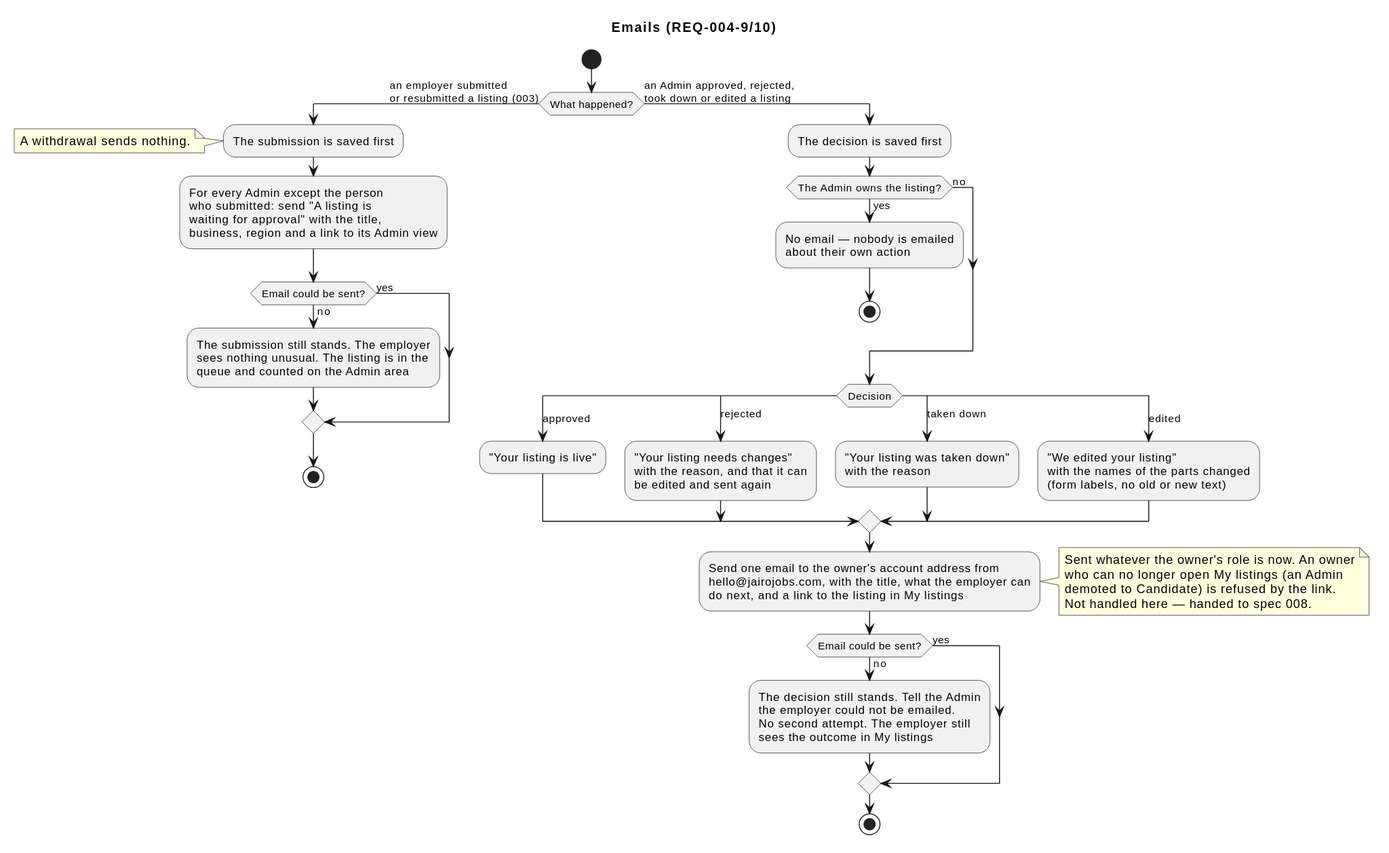
Earlier version of the PlantUML export docs/specs/004-listings-admin-moderation/diagrams/activity-emails.svg (raseniero/jairojobs-elixir).
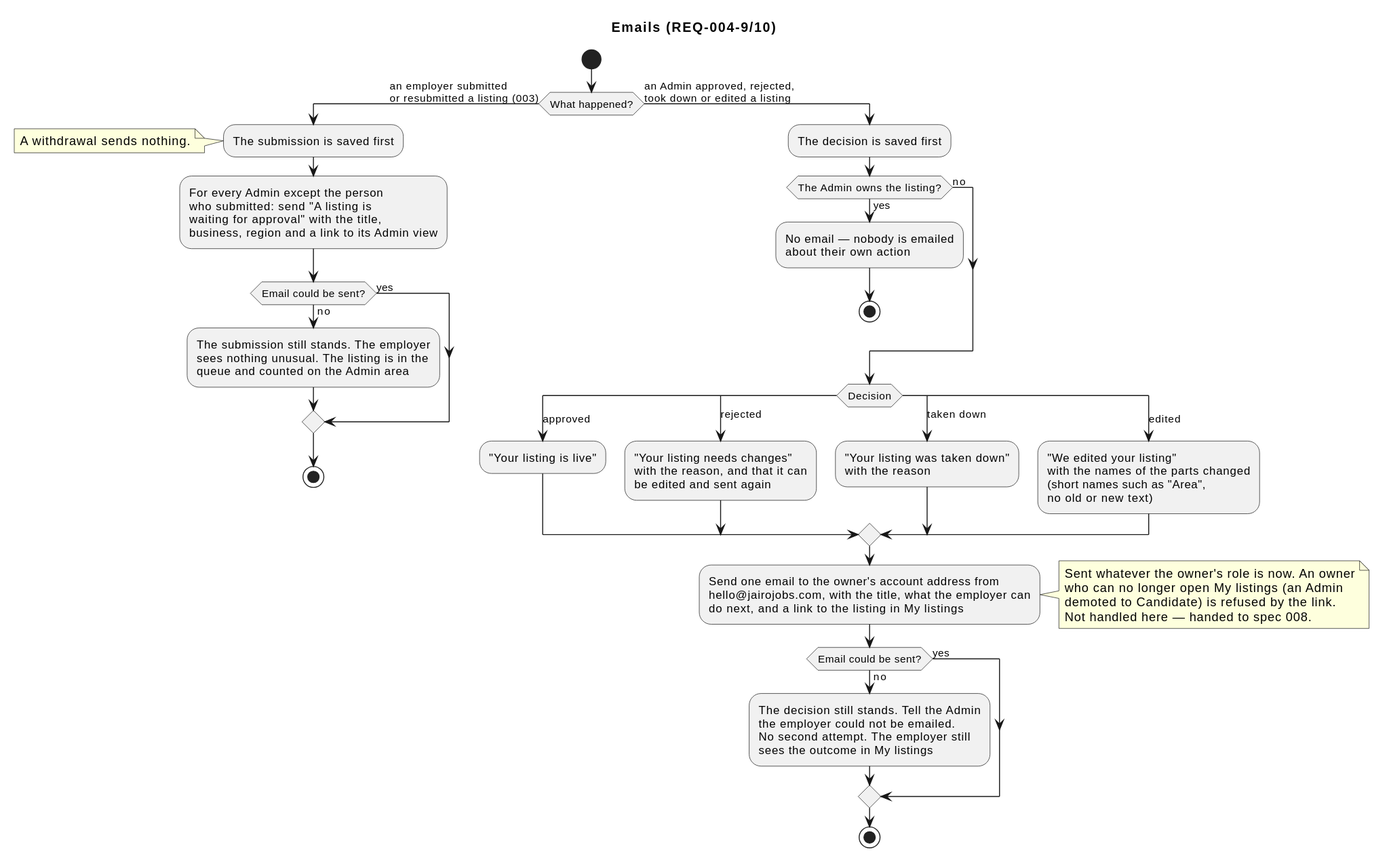
The same file after the commit.

Commit message:
docs(spec 004): edit email uses short names (REQ-004-9 amended); submission sequence shows the listing row lock

Diff of the diagram source:
```diff
@@ -39,7 +39,8 @@
   case (edited)
     :"We edited your listing"
     with the names of the parts changed
-    (form labels, no old or new text);
+    (short names such as "Area",
+    no old or new text);
   endswitch
   :Send one email to the owner's account address from
   hello@jairojobs.com, with the title, what the employer can
```
